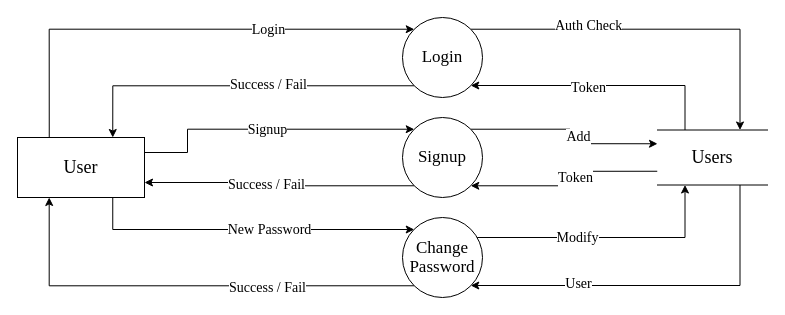
This is Documentation/diags/Diagrams/user_users_0.drawio from Suzuki0916/Real_Estate_Site, a draw.io file, before an edit. Source tidied: cells renumbered, new cells numbered last; positions are measured from the earlier drawing's top-left corner, leaving out a move shared by most shapes. Both pictures are drawn from the tidied source at 100%, with x=0, y=0 at pixel (17, 17).
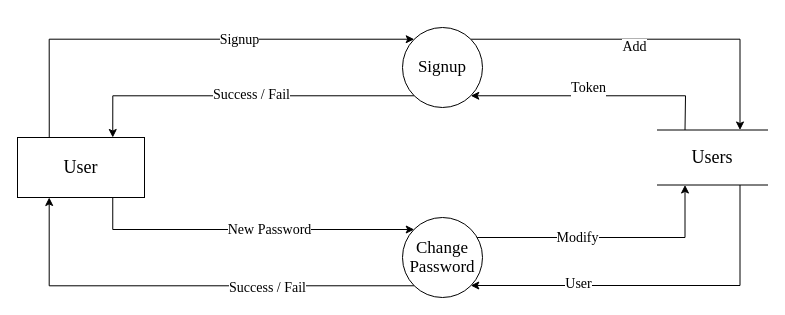
Above is the later version.

Unchanged cells that the change refers to:
```xml
<mxCell id="2" value="&lt;span style=&quot;font-size: 18px&quot;&gt;User&lt;/span&gt;" style="rounded=0;whiteSpace=wrap;html=1;fontFamily=Times New Roman;" parent="1" vertex="1">
  <mxGeometry y="120" width="127" height="60" as="geometry" />
</mxCell>
<mxCell id="14" value="&lt;font style=&quot;font-size: 18px&quot;&gt;Users&lt;/font&gt;" style="shape=partialRectangle;whiteSpace=wrap;html=1;left=0;right=0;fillColor=default;rounded=0;shadow=0;glass=0;sketch=0;fontFamily=Times New Roman;fontSize=16;gradientColor=none;" parent="1" vertex="1">
  <mxGeometry x="640" y="112.5" width="110" height="55" as="geometry" />
</mxCell>
```

Change to the diagram source:
```diff
@@
-    <mxCell id="3" style="edgeStyle=orthogonalEdgeStyle;rounded=0;jettySize=auto;html=1;exitX=1;exitY=0;exitDx=0;exitDy=0;entryX=0.75;entryY=0;entryDx=0;entryDy=0;fontSize=17;elbow=vertical;fontFamily=Times New Roman;" parent="1" edge="1" source="7" target="14">
-      <mxGeometry relative="1" as="geometry" />
-    </mxCell>
-    <mxCell id="4" value="Auth Check" style="edgeLabel;html=1;align=center;verticalAlign=middle;fontSize=14;fontFamily=Times New Roman;" parent="3" vertex="1">
-      <mxGeometry x="-0.27" y="3" relative="1" as="geometry">
-        <mxPoint x="-18" as="offset" />
-      </mxGeometry>
-    </mxCell>
-    <mxCell id="5" style="edgeStyle=orthogonalEdgeStyle;rounded=0;jettySize=auto;html=1;exitX=0;exitY=1;exitDx=0;exitDy=0;entryX=0.75;entryY=0;entryDx=0;entryDy=0;fontSize=17;startArrow=none;startFill=0;endArrow=classic;endFill=1;elbow=vertical;fontFamily=Times New Roman;" parent="1" edge="1" source="7" target="2">
-      <mxGeometry relative="1" as="geometry" />
-    </mxCell>
-    <mxCell id="6" value="Success / Fail" style="edgeLabel;html=1;align=center;verticalAlign=middle;fontSize=14;fontFamily=Times New Roman;" parent="5" vertex="1">
-      <mxGeometry x="-0.72" y="3" relative="1" as="geometry">
-        <mxPoint x="-97" y="-4" as="offset" />
-      </mxGeometry>
-    </mxCell>
-    <mxCell id="7" value="&lt;p&gt;&lt;span style=&quot;line-height: 1.1&quot;&gt;&lt;font style=&quot;font-size: 17px&quot;&gt;Login&lt;/font&gt;&lt;/span&gt;&lt;/p&gt;" style="ellipse;whiteSpace=wrap;html=1;shadow=0;sketch=0;rotation=0;fontFamily=Times New Roman;" parent="1" vertex="1">
-      <mxGeometry x="385" width="80" height="80" as="geometry" />
-    </mxCell>
-    <mxCell id="8" style="edgeStyle=elbowEdgeStyle;rounded=0;jettySize=auto;html=1;exitX=0.25;exitY=0;exitDx=0;exitDy=0;entryX=1;entryY=1;entryDx=0;entryDy=0;fontSize=17;elbow=vertical;fontFamily=Times New Roman;" parent="1" edge="1" source="14" target="7">
-      <mxGeometry relative="1" as="geometry">
-        <Array as="points">
-          <mxPoint x="600" y="68" />
-        </Array>
-      </mxGeometry>
-    </mxCell>
-    <mxCell id="9" value="Token" style="edgeLabel;html=1;align=center;verticalAlign=middle;fontSize=14;fontFamily=Times New Roman;" parent="8" vertex="1">
-      <mxGeometry x="0.18" y="-2" relative="1" as="geometry">
-        <mxPoint x="11" y="4" as="offset" />
-      </mxGeometry>
-    </mxCell>
-    <mxCell id="10" style="edgeStyle=orthogonalEdgeStyle;rounded=0;jettySize=auto;elbow=vertical;html=1;entryX=1;entryY=1;entryDx=0;entryDy=0;fontSize=17;exitX=0;exitY=0.75;exitDx=0;exitDy=0;fontFamily=Times New Roman;" parent="1" edge="1" source="14" target="19">
-      <mxGeometry relative="1" as="geometry" />
+    <mxCell id="10" style="rounded=0;jettySize=auto;html=1;entryX=1;entryY=1;entryDx=0;entryDy=0;fontSize=17;exitX=0.25;exitY=0;exitDx=0;exitDy=0;fontFamily=Times New Roman;edgeStyle=elbowEdgeStyle;" parent="1" edge="1" source="14" target="19">
+      <mxGeometry relative="1" as="geometry">
+        <Array as="points">
+          <mxPoint x="668" y="90" />
+        </Array>
+      </mxGeometry>
     </mxCell>
@@
-    <mxCell id="15" style="edgeStyle=orthogonalEdgeStyle;rounded=0;jettySize=auto;elbow=vertical;html=1;fontSize=17;entryX=0;entryY=0.25;entryDx=0;entryDy=0;exitX=1;exitY=0;exitDx=0;exitDy=0;fontFamily=Times New Roman;" parent="1" edge="1" source="19" target="14">
+    <mxCell id="15" style="edgeStyle=orthogonalEdgeStyle;rounded=0;jettySize=auto;elbow=vertical;html=1;fontSize=17;entryX=0.75;entryY=0;entryDx=0;entryDy=0;exitX=1;exitY=0;exitDx=0;exitDy=0;fontFamily=Times New Roman;" parent="1" edge="1" source="19" target="14">
       <mxGeometry relative="1" as="geometry" />
     </mxCell>
@@
-    <mxCell id="17" style="edgeStyle=orthogonalEdgeStyle;rounded=0;jettySize=auto;html=1;exitX=0;exitY=1;exitDx=0;exitDy=0;entryX=1;entryY=0.75;entryDx=0;entryDy=0;fontSize=17;startArrow=none;startFill=0;endArrow=classic;endFill=1;elbow=vertical;fontFamily=Times New Roman;" parent="1" edge="1" source="19" target="2">
+    <mxCell id="17" style="edgeStyle=orthogonalEdgeStyle;rounded=0;jettySize=auto;html=1;exitX=0;exitY=1;exitDx=0;exitDy=0;entryX=0.75;entryY=0;entryDx=0;entryDy=0;fontSize=17;startArrow=none;startFill=0;endArrow=classic;endFill=1;elbow=vertical;fontFamily=Times New Roman;" parent="1" edge="1" source="19" target="2">
       <mxGeometry relative="1" as="geometry" />
     </mxCell>
@@
     <mxCell id="19" value="&lt;p&gt;&lt;span style=&quot;font-size: 17px&quot;&gt;Signup&lt;/span&gt;&lt;/p&gt;" style="ellipse;whiteSpace=wrap;html=1;shadow=0;sketch=0;rotation=0;fontFamily=Times New Roman;" parent="1" vertex="1">
-      <mxGeometry x="385" y="100" width="80" height="80" as="geometry" />
+      <mxGeometry x="385" y="10" width="80" height="80" as="geometry" />
     </mxCell>
@@
-    <mxCell id="25" style="edgeStyle=orthogonalEdgeStyle;rounded=0;jettySize=auto;html=1;entryX=0;entryY=0;entryDx=0;entryDy=0;fontSize=17;startArrow=none;startFill=0;endArrow=classic;endFill=1;exitX=0.25;exitY=0;exitDx=0;exitDy=0;fontFamily=Times New Roman;" parent="1" edge="1" source="2" target="7">
-      <mxGeometry relative="1" as="geometry">
-        <Array as="points">
-          <mxPoint x="32" y="12" />
-        </Array>
-      </mxGeometry>
-    </mxCell>
-    <mxCell id="26" value="&lt;font style=&quot;font-size: 14px&quot;&gt;Login&lt;/font&gt;" style="edgeLabel;html=1;align=center;verticalAlign=middle;fontSize=17;fontFamily=Times New Roman;" parent="25" vertex="1">
-      <mxGeometry x="0.7" relative="1" as="geometry">
-        <mxPoint x="-75" as="offset" />
-      </mxGeometry>
-    </mxCell>
-    <mxCell id="27" style="edgeStyle=orthogonalEdgeStyle;rounded=0;jettySize=auto;html=1;entryX=0;entryY=0;entryDx=0;entryDy=0;fontSize=17;startArrow=none;startFill=0;endArrow=classic;endFill=1;elbow=vertical;exitX=1;exitY=0.25;exitDx=0;exitDy=0;fontFamily=Times New Roman;" parent="1" edge="1" source="2" target="19">
+    <mxCell id="27" style="rounded=0;jettySize=auto;html=1;entryX=0;entryY=0;entryDx=0;entryDy=0;fontSize=17;startArrow=none;startFill=0;endArrow=classic;endFill=1;elbow=vertical;fontFamily=Times New Roman;edgeStyle=orthogonalEdgeStyle;exitX=0.25;exitY=0;exitDx=0;exitDy=0;" parent="1" edge="1" source="2" target="19">
       <mxGeometry relative="1" as="geometry">
         <Array as="points">
-          <mxPoint x="170" y="135" />
-          <mxPoint x="170" y="112" />
+          <mxPoint x="32" y="22" />
         </Array>
       </mxGeometry>
     </mxCell>
```
